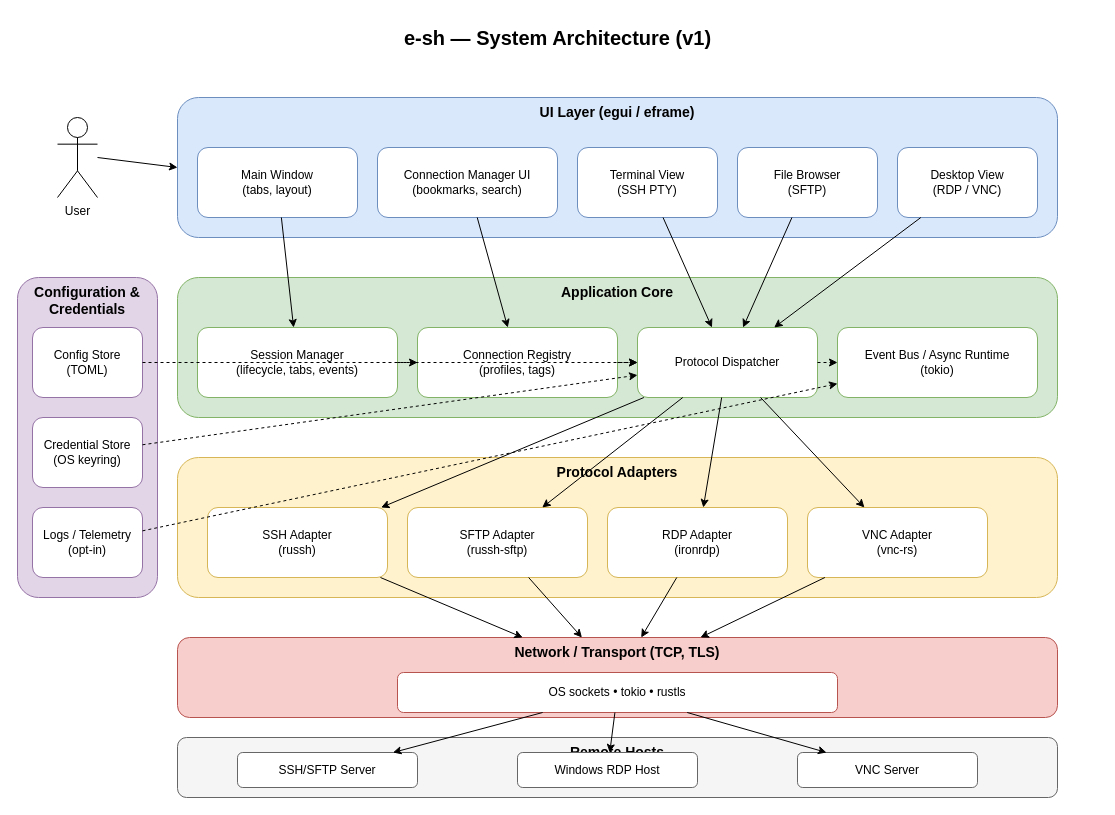
This is doc/system_architecture/v1.drawio from Nexetry/e-sh, a draw.io file, before an edit. Source tidied: cells renumbered, new cells numbered last; positions are measured from the earlier drawing's top-left corner, leaving out a move shared by most shapes. Both pictures are drawn from the tidied source at 100%, with x=0, y=0 at pixel (17, 17).
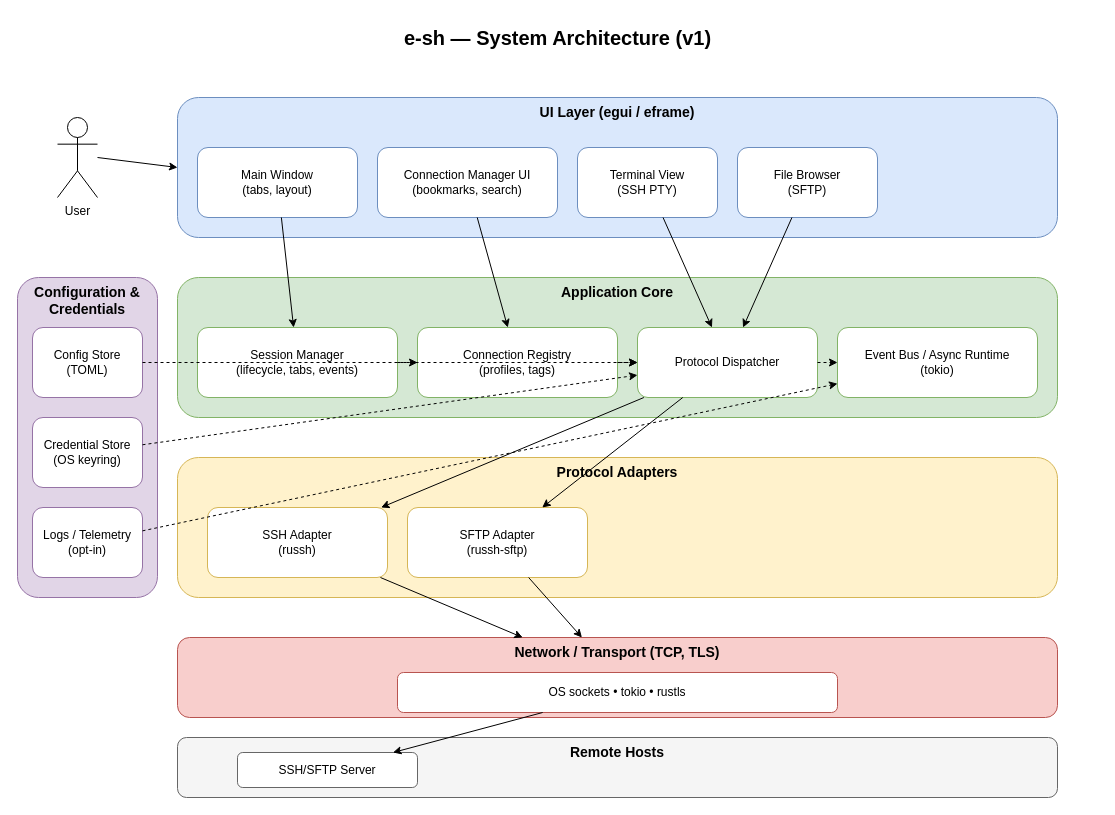
The same page after the edit.

Unchanged cells that the change refers to:
```xml
<mxCell id="13" value="Protocol Dispatcher" style="rounded=1;whiteSpace=wrap;html=1;fillColor=#ffffff;strokeColor=#82b366;" parent="1" vertex="1">
  <mxGeometry x="620" y="310" width="180" height="70" as="geometry" />
</mxCell>
<mxCell id="20" value="Network / Transport (TCP, TLS)" style="rounded=1;whiteSpace=wrap;html=1;fillColor=#f8cecc;strokeColor=#b85450;verticalAlign=top;fontStyle=1;fontSize=14;" parent="1" vertex="1">
  <mxGeometry x="160" y="620" width="880" height="80" as="geometry" />
</mxCell>
<mxCell id="21" value="OS sockets • tokio • rustls" style="rounded=1;whiteSpace=wrap;html=1;fillColor=#ffffff;strokeColor=#b85450;" parent="1" vertex="1">
  <mxGeometry x="380" y="655" width="440" height="40" as="geometry" />
</mxCell>
```

Diff of the diagram source:
```diff
@@
-    <mxCell id="9" value="Desktop View&#10;(RDP / VNC)" style="rounded=1;whiteSpace=wrap;html=1;fillColor=#ffffff;strokeColor=#6c8ebf;" parent="1" vertex="1">
-      <mxGeometry x="880" y="130" width="140" height="70" as="geometry" />
-    </mxCell>
@@
-    <mxCell id="18" value="RDP Adapter&#10;(ironrdp)" style="rounded=1;whiteSpace=wrap;html=1;fillColor=#ffffff;strokeColor=#d6b656;" parent="1" vertex="1">
-      <mxGeometry x="590" y="490" width="180" height="70" as="geometry" />
-    </mxCell>
-    <mxCell id="19" value="VNC Adapter&#10;(vnc-rs)" style="rounded=1;whiteSpace=wrap;html=1;fillColor=#ffffff;strokeColor=#d6b656;" parent="1" vertex="1">
-      <mxGeometry x="790" y="490" width="180" height="70" as="geometry" />
-    </mxCell>
@@
-    <mxCell id="28" value="Windows RDP Host" style="rounded=1;whiteSpace=wrap;html=1;fillColor=#ffffff;strokeColor=#666666;" parent="1" vertex="1">
-      <mxGeometry x="500" y="735" width="180" height="35" as="geometry" />
-    </mxCell>
-    <mxCell id="29" value="VNC Server" style="rounded=1;whiteSpace=wrap;html=1;fillColor=#ffffff;strokeColor=#666666;" parent="1" vertex="1">
-      <mxGeometry x="780" y="735" width="180" height="35" as="geometry" />
-    </mxCell>
@@
-    <mxCell id="35" style="endArrow=classic;html=1;" parent="1" edge="1" source="9" target="13">
-      <mxGeometry relative="1" as="geometry" />
-    </mxCell>
@@
-    <mxCell id="41" style="endArrow=classic;html=1;" parent="1" edge="1" source="13" target="18">
-      <mxGeometry relative="1" as="geometry" />
-    </mxCell>
-    <mxCell id="42" style="endArrow=classic;html=1;" parent="1" edge="1" source="13" target="19">
-      <mxGeometry relative="1" as="geometry" />
-    </mxCell>
@@
-    <mxCell id="45" style="endArrow=classic;html=1;" parent="1" edge="1" source="18" target="20">
-      <mxGeometry relative="1" as="geometry" />
-    </mxCell>
-    <mxCell id="46" style="endArrow=classic;html=1;" parent="1" edge="1" source="19" target="20">
-      <mxGeometry relative="1" as="geometry" />
-    </mxCell>
@@
-    <mxCell id="48" style="endArrow=classic;html=1;" parent="1" edge="1" source="21" target="28">
-      <mxGeometry relative="1" as="geometry" />
-    </mxCell>
-    <mxCell id="49" style="endArrow=classic;html=1;" parent="1" edge="1" source="21" target="29">
-      <mxGeometry relative="1" as="geometry" />
-    </mxCell>
```
